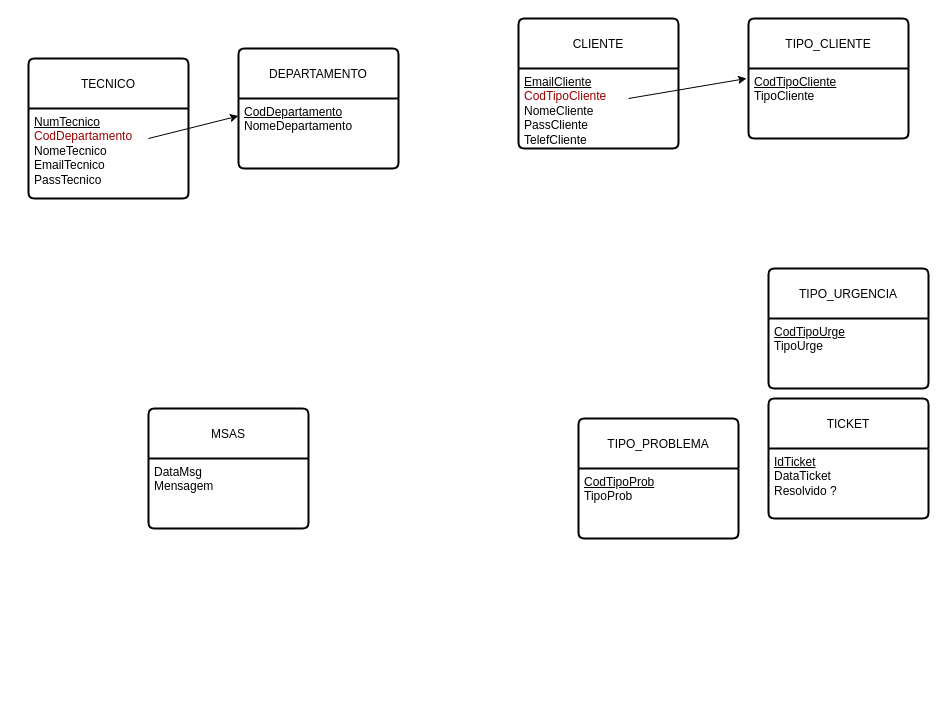
This is DiagramaSistemaTicket.drawio from Afas09/Analise-de-Sistemas, a draw.io file, before an edit. Source tidied: cells renumbered, new cells numbered last; positions are measured from the earlier drawing's top-left corner, leaving out a move shared by most shapes. Both pictures are drawn from the tidied source at 100%, with x=0, y=0 at pixel (28, 18).
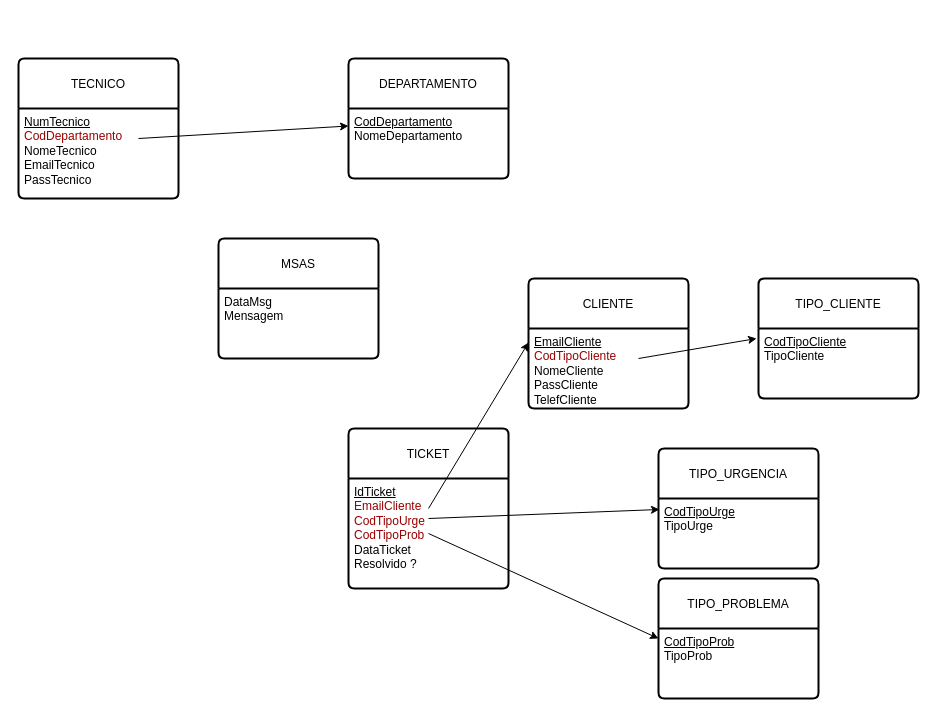
Above is the later version.

The change refers to these unchanged cells:
```xml
<mxCell id="9" value="&lt;u&gt;EmailCliente&lt;/u&gt;&lt;div&gt;&lt;font style=&quot;color: rgb(153, 0, 0);&quot;&gt;CodTipoCliente&lt;/font&gt;&lt;br&gt;&lt;div&gt;NomeCliente&lt;/div&gt;&lt;div&gt;PassCliente&lt;/div&gt;&lt;div&gt;TelefCliente&lt;/div&gt;&lt;/div&gt;" style="align=left;strokeColor=none;fillColor=none;spacingLeft=4;spacingRight=4;fontSize=12;verticalAlign=top;html=1;whiteSpace=wrap;" parent="7" vertex="1">
  <mxGeometry y="50" width="160" height="80" as="geometry" />
</mxCell>
<mxCell id="17" value="&lt;u&gt;CodTipoUrge&lt;/u&gt;&lt;div&gt;TipoUrge&lt;/div&gt;" style="align=left;strokeColor=none;fillColor=none;spacingLeft=4;spacingRight=4;fontSize=12;verticalAlign=top;html=1;whiteSpace=wrap;" parent="16" vertex="1">
  <mxGeometry y="50" width="160" height="70" as="geometry" />
</mxCell>
```

Diff of the diagram source:
```diff
@@
     <mxCell id="2" value="&lt;span style=&quot;font-size: 12px;&quot;&gt;DEPARTAMENTO&lt;/span&gt;" style="swimlane;horizontal=1;startSize=50;rounded=1;fontSize=14;fontStyle=0;strokeWidth=2;shadow=0;dashed=0;align=center;arcSize=4;whiteSpace=wrap;html=1;" parent="1" vertex="1">
-      <mxGeometry x="210" y="30" width="160" height="120" as="geometry" />
+      <mxGeometry x="320" y="40" width="160" height="120" as="geometry" />
     </mxCell>
@@
     <mxCell id="4" value="&lt;span style=&quot;font-size: 12px;&quot;&gt;TECNICO&lt;/span&gt;" style="swimlane;horizontal=1;startSize=50;rounded=1;fontSize=14;fontStyle=0;strokeWidth=2;shadow=0;dashed=0;align=center;arcSize=4;whiteSpace=wrap;html=1;" parent="1" vertex="1">
-      <mxGeometry y="40" width="160" height="140" as="geometry" />
+      <mxGeometry x="-10" y="40" width="160" height="140" as="geometry" />
     </mxCell>
@@
     <mxCell id="7" value="&lt;span style=&quot;font-size: 12px;&quot;&gt;CLIENTE&lt;/span&gt;" style="swimlane;horizontal=1;startSize=50;rounded=1;fontSize=14;fontStyle=0;strokeWidth=2;shadow=0;dashed=0;align=center;arcSize=4;whiteSpace=wrap;html=1;" parent="1" vertex="1">
-      <mxGeometry x="490" width="160" height="130" as="geometry" />
+      <mxGeometry x="500" y="260" width="160" height="130" as="geometry" />
     </mxCell>
@@
     <mxCell id="10" value="&lt;span style=&quot;font-size: 12px;&quot;&gt;TIPO_CLIENTE&lt;/span&gt;" style="swimlane;horizontal=1;startSize=50;rounded=1;fontSize=14;fontStyle=0;strokeWidth=2;shadow=0;dashed=0;align=center;arcSize=4;whiteSpace=wrap;html=1;" parent="1" vertex="1">
-      <mxGeometry x="720" width="160" height="120" as="geometry" />
+      <mxGeometry x="730" y="260" width="160" height="120" as="geometry" />
     </mxCell>
@@
     <mxCell id="12" value="&lt;span style=&quot;font-size: 12px;&quot;&gt;MSAS&lt;/span&gt;" style="swimlane;horizontal=1;startSize=50;rounded=1;fontSize=14;fontStyle=0;strokeWidth=2;shadow=0;dashed=0;align=center;arcSize=4;whiteSpace=wrap;html=1;" parent="1" vertex="1">
-      <mxGeometry x="120" y="390" width="160" height="120" as="geometry" />
+      <mxGeometry x="190" y="220" width="160" height="120" as="geometry" />
     </mxCell>
@@
     <mxCell id="14" value="&lt;span style=&quot;font-size: 12px;&quot;&gt;TIPO_PROBLEMA&lt;/span&gt;" style="swimlane;horizontal=1;startSize=50;rounded=1;fontSize=14;fontStyle=0;strokeWidth=2;shadow=0;dashed=0;align=center;arcSize=4;whiteSpace=wrap;html=1;" parent="1" vertex="1">
-      <mxGeometry x="550" y="400" width="160" height="120" as="geometry" />
+      <mxGeometry x="630" y="560" width="160" height="120" as="geometry" />
     </mxCell>
@@
     <mxCell id="16" value="&lt;span style=&quot;font-size: 12px;&quot;&gt;TIPO_URGENCIA&lt;/span&gt;" style="swimlane;horizontal=1;startSize=50;rounded=1;fontSize=14;fontStyle=0;strokeWidth=2;shadow=0;dashed=0;align=center;arcSize=4;whiteSpace=wrap;html=1;" parent="1" vertex="1">
-      <mxGeometry x="740" y="250" width="160" height="120" as="geometry" />
+      <mxGeometry x="630" y="430" width="160" height="120" as="geometry" />
     </mxCell>
@@
     <mxCell id="18" value="&lt;span style=&quot;font-size: 12px;&quot;&gt;TICKET&lt;/span&gt;" style="swimlane;horizontal=1;startSize=50;rounded=1;fontSize=14;fontStyle=0;strokeWidth=2;shadow=0;dashed=0;align=center;arcSize=4;whiteSpace=wrap;html=1;" parent="1" vertex="1">
-      <mxGeometry x="740" y="380" width="160" height="120" as="geometry" />
+      <mxGeometry x="320" y="410" width="160" height="160" as="geometry" />
     </mxCell>
+    <mxCell id="20" style="endArrow=classic;html=1;rounded=0;entryX=0.006;entryY=0.157;entryDx=0;entryDy=0;entryPerimeter=0;" parent="18" edge="1" target="17">
+      <mxGeometry relative="1" as="geometry">
+        <mxPoint x="80" y="90" as="sourcePoint" />
+      </mxGeometry>
+    </mxCell>
+    <mxCell id="21" style="endArrow=classic;html=1;rounded=0;entryX=0;entryY=0.5;entryDx=0;entryDy=0;" parent="18" edge="1" target="14">
+      <mxGeometry relative="1" as="geometry">
+        <mxPoint x="80" y="105" as="sourcePoint" />
+      </mxGeometry>
+    </mxCell>
-    <mxCell id="19" value="&lt;u&gt;IdTicket&lt;/u&gt;&lt;div&gt;DataTicket&lt;/div&gt;&lt;div&gt;Resolvido ?&lt;/div&gt;" style="align=left;strokeColor=none;fillColor=none;spacingLeft=4;spacingRight=4;fontSize=12;verticalAlign=top;html=1;whiteSpace=wrap;" parent="18" vertex="1">
-      <mxGeometry y="50" width="160" height="70" as="geometry" />
+    <mxCell id="19" value="&lt;u&gt;IdTicket&lt;/u&gt;&lt;div&gt;&lt;font style=&quot;color: rgb(153, 0, 0);&quot;&gt;EmailCliente&lt;/font&gt;&lt;/div&gt;&lt;div&gt;&lt;font color=&quot;#990000&quot;&gt;CodTipoUrge&lt;/font&gt;&lt;/div&gt;&lt;div&gt;&lt;font color=&quot;#990000&quot;&gt;CodTipoProb&lt;br&gt;&lt;/font&gt;&lt;div&gt;DataTicket&lt;/div&gt;&lt;div&gt;Resolvido ?&lt;/div&gt;&lt;/div&gt;" style="align=left;strokeColor=none;fillColor=none;spacingLeft=4;spacingRight=4;fontSize=12;verticalAlign=top;html=1;whiteSpace=wrap;" parent="18" vertex="1">
+      <mxGeometry y="50" width="160" height="110" as="geometry" />
     </mxCell>
+    <mxCell id="22" style="endArrow=classic;html=1;rounded=0;entryX=0;entryY=0.175;entryDx=0;entryDy=0;entryPerimeter=0;" parent="1" edge="1" target="9">
+      <mxGeometry relative="1" as="geometry">
+        <mxPoint x="400" y="490" as="sourcePoint" />
+      </mxGeometry>
+    </mxCell>
```
